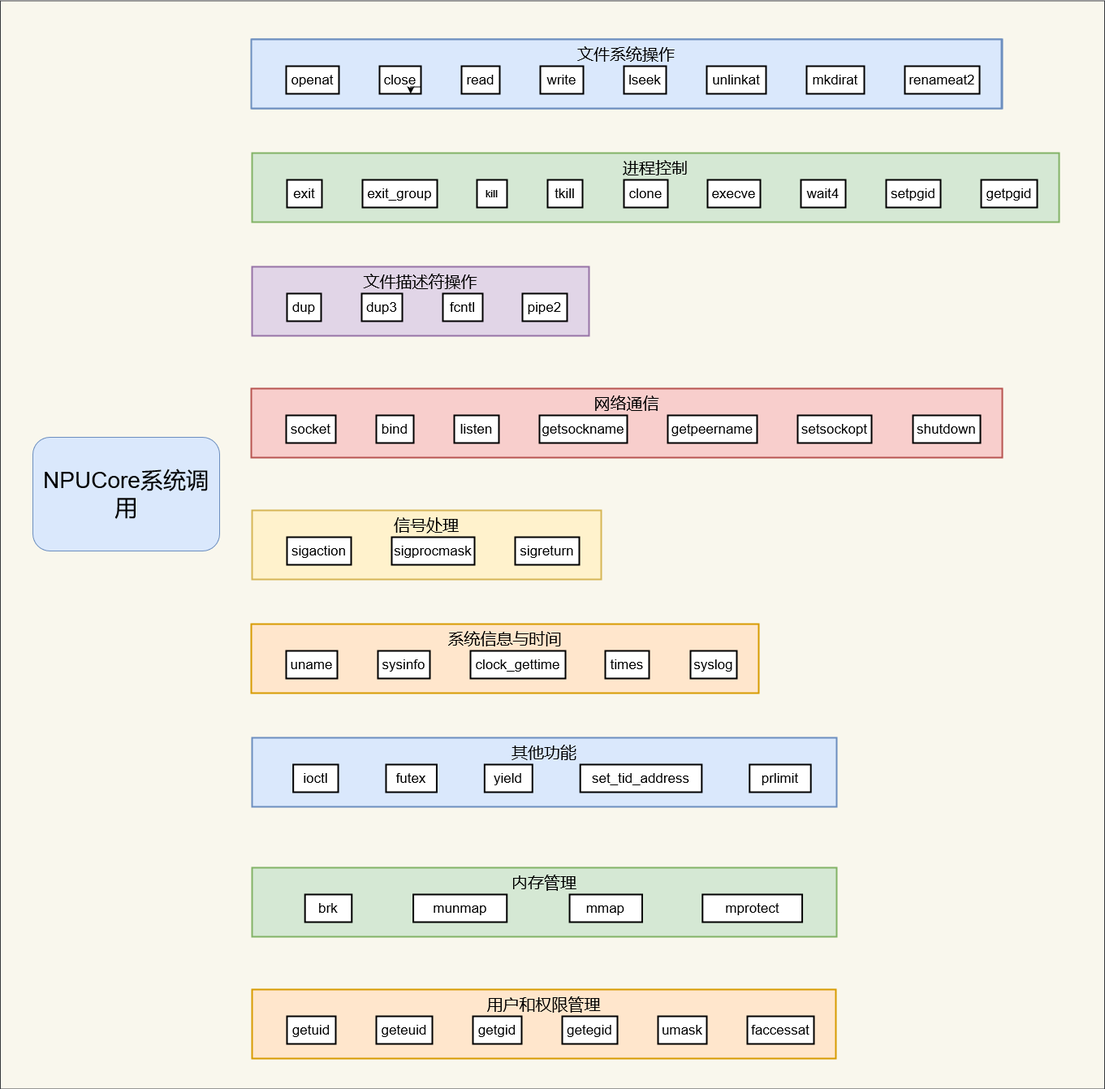
Fediory/NPUcore-IMPACT-doc keeps this draw.io diagram as figures/09-03-NPUCore系统调用.png. Above is the earlier version. Source tidied: cells renumbered, new cells last; positions are measured from the earlier drawing's top-left corner, leaving out a move shared by most shapes.
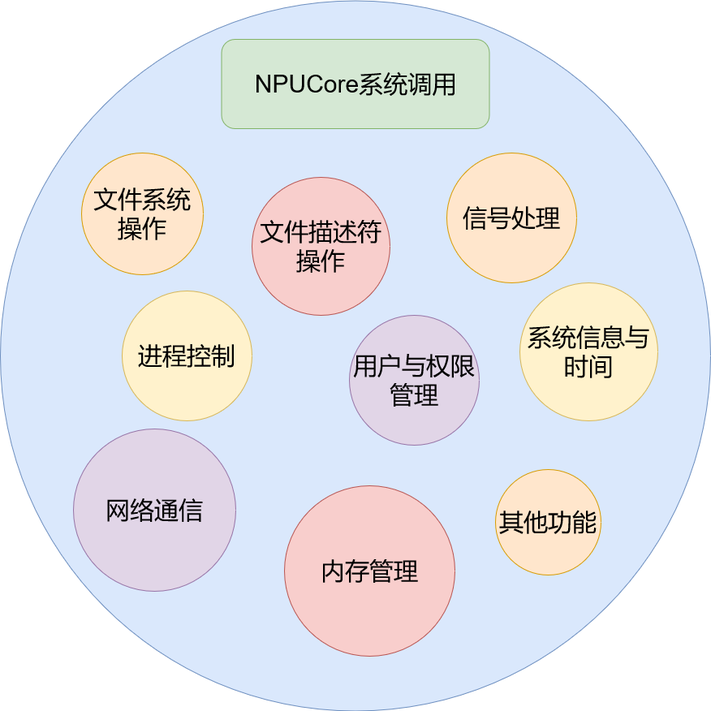
After the commit.

Change to the diagram source:
```diff
@@ -2,221 +2,38 @@
   <root>
     <mxCell id="0" />
     <mxCell id="1" parent="0" />
-    <mxCell id="2" style="rounded=0;whiteSpace=wrap;html=1;fillColor=#f9f7ed;strokeColor=#36393d;" parent="1" vertex="1">
-      <mxGeometry y="0.5" width="1360" height="1340" as="geometry" />
-    </mxCell>
+    <mxCell id="74" style="ellipse;whiteSpace=wrap;html=1;fillColor=#dae8fc;strokeColor=#6c8ebf;" parent="1" vertex="1">
+      <mxGeometry x="140" y="-3509.5" width="875" height="875" as="geometry" />
+    </mxCell>
+    <mxCell id="63" value="&lt;font style=&quot;font-size: 30px;&quot;&gt;NPUCore系统调用&lt;br&gt;&lt;/font&gt;" style="rounded=1;whiteSpace=wrap;html=1;fillColor=#d5e8d4;strokeColor=#82b366;" parent="1" vertex="1">
+      <mxGeometry x="412.5" y="-3462" width="330" height="110" as="geometry" />
+    </mxCell>
+    <mxCell id="75" value="&lt;font style=&quot;font-size: 30px;&quot;&gt;文件系统操作&lt;br&gt;&lt;/font&gt;" style="ellipse;whiteSpace=wrap;html=1;fillColor=#ffe6cc;strokeColor=#d79b00;" parent="1" vertex="1">
+      <mxGeometry x="240" y="-3322" width="150" height="150" as="geometry" />
+    </mxCell>
+    <mxCell id="44" value="&lt;font style=&quot;font-size: 30px;&quot;&gt;进程控制&lt;/font&gt;" style="ellipse;whiteSpace=wrap;html=1;fillColor=#fff2cc;strokeColor=#d6b656;" parent="1" vertex="1">
+      <mxGeometry x="290" y="-3152" width="160" height="160" as="geometry" />
+    </mxCell>
+    <mxCell id="27" value="&lt;font style=&quot;font-size: 30px;&quot;&gt;文件描述符操作&lt;/font&gt;" style="ellipse;whiteSpace=wrap;html=1;fillColor=#f8cecc;strokeColor=#b85450;" parent="1" vertex="1">
+      <mxGeometry x="450" y="-3292" width="170" height="170" as="geometry" />
+    </mxCell>
+    <mxCell id="32" value="&lt;font style=&quot;font-size: 30px;&quot;&gt;网络通信&lt;/font&gt;" style="ellipse;whiteSpace=wrap;html=1;fillColor=#e1d5e7;strokeColor=#9673a6;" parent="1" vertex="1">
+      <mxGeometry x="230" y="-2982" width="200" height="200" as="geometry" />
+    </mxCell>
+    <mxCell id="40" value="&lt;font style=&quot;font-size: 30px;&quot;&gt;信号处理&lt;/font&gt;" style="ellipse;whiteSpace=wrap;html=1;fillColor=#ffe6cc;strokeColor=#d79b00;" parent="1" vertex="1">
+      <mxGeometry x="690" y="-3322" width="160" height="160" as="geometry" />
+    </mxCell>
+    <mxCell id="21" value="&lt;font style=&quot;font-size: 30px;&quot;&gt;系统信息与时间&lt;/font&gt;" style="ellipse;whiteSpace=wrap;html=1;fillColor=#fff2cc;strokeColor=#d6b656;" parent="1" vertex="1">
+      <mxGeometry x="780" y="-3162" width="170" height="170" as="geometry" />
+    </mxCell>
+    <mxCell id="9" value="&lt;font style=&quot;font-size: 30px;&quot;&gt;内存管理&lt;/font&gt;" style="ellipse;whiteSpace=wrap;html=1;fillColor=#f8cecc;strokeColor=#b85450;" parent="1" vertex="1">
+      <mxGeometry x="490" y="-2912" width="210" height="210" as="geometry" />
+    </mxCell>
+    <mxCell id="76" value="&lt;font style=&quot;font-size: 30px;&quot;&gt;用户与权限管理&lt;/font&gt;" style="ellipse;whiteSpace=wrap;html=1;fillColor=#e1d5e7;strokeColor=#9673a6;" parent="1" vertex="1">
+      <mxGeometry x="570" y="-3122" width="160" height="160" as="geometry" />
+    </mxCell>
-    <mxCell id="3" value="其他功能" style="whiteSpace=wrap;strokeWidth=2;verticalAlign=top;fillColor=#dae8fc;strokeColor=#6c8ebf;fontSize=20;" parent="1" vertex="1">
-      <mxGeometry x="310" y="908" width="720" height="85" as="geometry" />
+    <mxCell id="3" value="&lt;font style=&quot;font-size: 30px;&quot;&gt;其他功能&lt;/font&gt;" style="ellipse;whiteSpace=wrap;html=1;fillColor=#ffe6cc;strokeColor=#d79b00;" parent="1" vertex="1">
+      <mxGeometry x="750" y="-2932" width="130" height="130" as="geometry" />
     </mxCell>
-    <mxCell id="4" value="ioctl" style="whiteSpace=wrap;strokeWidth=2;fontSize=17;" parent="3" vertex="1">
-      <mxGeometry x="50.7" y="33" width="55.4" height="34" as="geometry" />
-    </mxCell>
-    <mxCell id="5" value="futex" style="whiteSpace=wrap;strokeWidth=2;fontSize=17;" parent="3" vertex="1">
-      <mxGeometry x="165" y="33" width="62.5" height="34" as="geometry" />
-    </mxCell>
-    <mxCell id="6" value="yield" style="whiteSpace=wrap;strokeWidth=2;fontSize=17;" parent="3" vertex="1">
-      <mxGeometry x="286.4" y="33" width="58.9" height="34" as="geometry" />
-    </mxCell>
-    <mxCell id="7" value="set_tid_address" style="whiteSpace=wrap;strokeWidth=2;fontSize=17;" parent="3" vertex="1">
-      <mxGeometry x="404.2" y="33" width="149.7" height="34" as="geometry" />
-    </mxCell>
-    <mxCell id="8" value="prlimit" style="whiteSpace=wrap;strokeWidth=2;fontSize=17;" parent="3" vertex="1">
-      <mxGeometry x="612.8" y="33" width="75.4" height="34" as="geometry" />
-    </mxCell>
-    <mxCell id="9" value="内存管理" style="whiteSpace=wrap;strokeWidth=2;verticalAlign=top;fillColor=#d5e8d4;strokeColor=#82b366;fontSize=20;" parent="1" vertex="1">
-      <mxGeometry x="310" y="1068" width="720" height="85" as="geometry" />
-    </mxCell>
-    <mxCell id="10" value="brk" style="whiteSpace=wrap;strokeWidth=2;fontSize=17;" parent="9" vertex="1">
-      <mxGeometry x="65.2" y="33" width="57.6" height="34" as="geometry" />
-    </mxCell>
-    <mxCell id="11" value="munmap" style="whiteSpace=wrap;strokeWidth=2;fontSize=17;" parent="9" vertex="1">
-      <mxGeometry x="198.6" y="33" width="115.2" height="34" as="geometry" />
-    </mxCell>
-    <mxCell id="12" value="mmap" style="whiteSpace=wrap;strokeWidth=2;fontSize=17;" parent="9" vertex="1">
-      <mxGeometry x="391.1" y="33" width="89.4" height="34" as="geometry" />
-    </mxCell>
-    <mxCell id="13" value="mprotect" style="whiteSpace=wrap;strokeWidth=2;fontSize=17;" parent="9" vertex="1">
-      <mxGeometry x="554.8" y="33" width="122.8" height="34" as="geometry" />
-    </mxCell>
-    <mxCell id="14" value="用户和权限管理" style="whiteSpace=wrap;strokeWidth=2;verticalAlign=top;fillColor=#ffe6cc;strokeColor=#d79b00;fontSize=20;" parent="1" vertex="1">
-      <mxGeometry x="310" y="1218" width="719" height="85" as="geometry" />
-    </mxCell>
-    <mxCell id="15" value="getuid" style="whiteSpace=wrap;strokeWidth=2;fontSize=17;" parent="14" vertex="1">
-      <mxGeometry x="43" y="33" width="60" height="34" as="geometry" />
-    </mxCell>
-    <mxCell id="16" value="geteuid" style="whiteSpace=wrap;strokeWidth=2;fontSize=17;" parent="14" vertex="1">
-      <mxGeometry x="153" y="33" width="69" height="34" as="geometry" />
-    </mxCell>
-    <mxCell id="17" value="getgid" style="whiteSpace=wrap;strokeWidth=2;fontSize=17;" parent="14" vertex="1">
-      <mxGeometry x="272" y="33" width="60" height="34" as="geometry" />
-    </mxCell>
-    <mxCell id="18" value="getegid" style="whiteSpace=wrap;strokeWidth=2;fontSize=17;" parent="14" vertex="1">
-      <mxGeometry x="382" y="33" width="68" height="34" as="geometry" />
-    </mxCell>
-    <mxCell id="19" value="umask" style="whiteSpace=wrap;strokeWidth=2;fontSize=17;" parent="14" vertex="1">
-      <mxGeometry x="500" y="33" width="60" height="34" as="geometry" />
-    </mxCell>
-    <mxCell id="20" value="faccessat" style="whiteSpace=wrap;strokeWidth=2;fontSize=17;" parent="14" vertex="1">
-      <mxGeometry x="610" y="33" width="82" height="34" as="geometry" />
-    </mxCell>
-    <mxCell id="21" value="系统信息与时间" style="whiteSpace=wrap;strokeWidth=2;verticalAlign=top;fillColor=#ffe6cc;strokeColor=#d79b00;fontSize=20;" parent="1" vertex="1">
-      <mxGeometry x="309" y="768" width="625" height="85" as="geometry" />
-    </mxCell>
-    <mxCell id="22" value="uname" style="whiteSpace=wrap;strokeWidth=2;fontSize=17;" parent="21" vertex="1">
-      <mxGeometry x="43" y="33" width="63" height="34" as="geometry" />
-    </mxCell>
-    <mxCell id="23" value="sysinfo" style="whiteSpace=wrap;strokeWidth=2;fontSize=17;" parent="21" vertex="1">
-      <mxGeometry x="156" y="33" width="64" height="34" as="geometry" />
-    </mxCell>
-    <mxCell id="24" value="clock_gettime" style="whiteSpace=wrap;strokeWidth=2;fontSize=17;" parent="21" vertex="1">
-      <mxGeometry x="270" y="33" width="117" height="34" as="geometry" />
-    </mxCell>
-    <mxCell id="25" value="times" style="whiteSpace=wrap;strokeWidth=2;fontSize=17;" parent="21" vertex="1">
-      <mxGeometry x="436" y="33" width="54" height="34" as="geometry" />
-    </mxCell>
-    <mxCell id="26" value="syslog" style="whiteSpace=wrap;strokeWidth=2;fontSize=17;" parent="21" vertex="1">
-      <mxGeometry x="541" y="33" width="57" height="34" as="geometry" />
-    </mxCell>
-    <mxCell id="27" value="文件描述符操作" style="whiteSpace=wrap;strokeWidth=2;verticalAlign=top;fillColor=#e1d5e7;strokeColor=#9673a6;fontSize=20;" parent="1" vertex="1">
-      <mxGeometry x="310" y="328" width="415" height="85" as="geometry" />
-    </mxCell>
-    <mxCell id="28" value="dup" style="whiteSpace=wrap;strokeWidth=2;fontSize=17;" parent="27" vertex="1">
-      <mxGeometry x="43" y="33" width="42" height="34" as="geometry" />
-    </mxCell>
-    <mxCell id="29" value="dup3" style="whiteSpace=wrap;strokeWidth=2;fontSize=17;" parent="27" vertex="1">
-      <mxGeometry x="135" y="33" width="50" height="34" as="geometry" />
-    </mxCell>
-    <mxCell id="30" value="fcntl" style="whiteSpace=wrap;strokeWidth=2;fontSize=17;" parent="27" vertex="1">
-      <mxGeometry x="235" y="33" width="49" height="34" as="geometry" />
-    </mxCell>
-    <mxCell id="31" value="pipe2" style="whiteSpace=wrap;strokeWidth=2;fontSize=17;" parent="27" vertex="1">
-      <mxGeometry x="333" y="33" width="55" height="34" as="geometry" />
-    </mxCell>
-    <mxCell id="32" value="网络通信" style="whiteSpace=wrap;strokeWidth=2;verticalAlign=top;fillColor=#f8cecc;strokeColor=#b85450;fontSize=20;" parent="1" vertex="1">
-      <mxGeometry x="309" y="478" width="925" height="85" as="geometry" />
-    </mxCell>
-    <mxCell id="33" value="socket" style="whiteSpace=wrap;strokeWidth=2;fontSize=17;" parent="32" vertex="1">
-      <mxGeometry x="43" y="33" width="61" height="34" as="geometry" />
-    </mxCell>
-    <mxCell id="34" value="bind" style="whiteSpace=wrap;strokeWidth=2;fontSize=17;" parent="32" vertex="1">
-      <mxGeometry x="154" y="33" width="46" height="34" as="geometry" />
-    </mxCell>
-    <mxCell id="35" value="listen" style="whiteSpace=wrap;strokeWidth=2;fontSize=17;" parent="32" vertex="1">
-      <mxGeometry x="250" y="33" width="55" height="34" as="geometry" />
-    </mxCell>
-    <mxCell id="36" value="getsockname" style="whiteSpace=wrap;strokeWidth=2;fontSize=17;" parent="32" vertex="1">
-      <mxGeometry x="355" y="33" width="108" height="34" as="geometry" />
-    </mxCell>
-    <mxCell id="37" value="getpeername" style="whiteSpace=wrap;strokeWidth=2;fontSize=17;" parent="32" vertex="1">
-      <mxGeometry x="513" y="33" width="110" height="34" as="geometry" />
-    </mxCell>
-    <mxCell id="38" value="setsockopt" style="whiteSpace=wrap;strokeWidth=2;fontSize=17;" parent="32" vertex="1">
-      <mxGeometry x="673" y="33" width="91" height="34" as="geometry" />
-    </mxCell>
-    <mxCell id="39" value="shutdown" style="whiteSpace=wrap;strokeWidth=2;fontSize=17;" parent="32" vertex="1">
-      <mxGeometry x="815" y="33" width="83" height="34" as="geometry" />
-    </mxCell>
-    <mxCell id="40" value="信号处理" style="whiteSpace=wrap;strokeWidth=2;verticalAlign=top;fillColor=#fff2cc;strokeColor=#d6b656;fontSize=20;" parent="1" vertex="1">
-      <mxGeometry x="310" y="628" width="430" height="85" as="geometry" />
-    </mxCell>
-    <mxCell id="41" value="sigaction" style="whiteSpace=wrap;strokeWidth=2;fontSize=17;" parent="40" vertex="1">
-      <mxGeometry x="43" y="33" width="79" height="34" as="geometry" />
-    </mxCell>
-    <mxCell id="42" value="sigprocmask" style="whiteSpace=wrap;strokeWidth=2;fontSize=17;" parent="40" vertex="1">
-      <mxGeometry x="172" y="33" width="102" height="34" as="geometry" />
-    </mxCell>
-    <mxCell id="43" value="sigreturn" style="whiteSpace=wrap;strokeWidth=2;fontSize=17;" parent="40" vertex="1">
-      <mxGeometry x="324" y="33" width="79" height="34" as="geometry" />
-    </mxCell>
-    <mxCell id="44" value="进程控制" style="whiteSpace=wrap;strokeWidth=2;verticalAlign=top;fillColor=#d5e8d4;strokeColor=#82b366;fontSize=20;" parent="1" vertex="1">
-      <mxGeometry x="310" y="188" width="994" height="85" as="geometry" />
-    </mxCell>
-    <mxCell id="45" value="exit" style="whiteSpace=wrap;strokeWidth=2;fontSize=17;" parent="44" vertex="1">
-      <mxGeometry x="43" y="33" width="43" height="34" as="geometry" />
-    </mxCell>
-    <mxCell id="46" value="exit_group" style="whiteSpace=wrap;strokeWidth=2;fontSize=17;" parent="44" vertex="1">
-      <mxGeometry x="136" y="33" width="92" height="34" as="geometry" />
-    </mxCell>
-    <mxCell id="47" value="kill" style="whiteSpace=wrap;strokeWidth=2;" parent="44" vertex="1">
-      <mxGeometry x="277" y="33" width="37" height="34" as="geometry" />
-    </mxCell>
-    <mxCell id="48" value="tkill" style="whiteSpace=wrap;strokeWidth=2;fontSize=17;" parent="44" vertex="1">
-      <mxGeometry x="364" y="33" width="43" height="34" as="geometry" />
-    </mxCell>
-    <mxCell id="49" value="clone" style="whiteSpace=wrap;strokeWidth=2;fontSize=17;" parent="44" vertex="1">
-      <mxGeometry x="458" y="33" width="54" height="34" as="geometry" />
-    </mxCell>
-    <mxCell id="50" value="execve" style="whiteSpace=wrap;strokeWidth=2;fontSize=17;" parent="44" vertex="1">
-      <mxGeometry x="561" y="33" width="65" height="34" as="geometry" />
-    </mxCell>
-    <mxCell id="51" value="wait4" style="whiteSpace=wrap;strokeWidth=2;fontSize=17;" parent="44" vertex="1">
-      <mxGeometry x="676" y="33" width="55" height="34" as="geometry" />
-    </mxCell>
-    <mxCell id="52" value="setpgid" style="whiteSpace=wrap;strokeWidth=2;fontSize=17;" parent="44" vertex="1">
-      <mxGeometry x="781" y="33" width="67" height="34" as="geometry" />
-    </mxCell>
-    <mxCell id="53" value="getpgid" style="whiteSpace=wrap;strokeWidth=2;fontSize=17;" parent="44" vertex="1">
-      <mxGeometry x="898" y="33" width="69" height="34" as="geometry" />
-    </mxCell>
-    <mxCell id="54" value="文件系统操作" style="whiteSpace=wrap;strokeWidth=2;verticalAlign=top;fillColor=#dae8fc;strokeColor=#6c8ebf;fontSize=15;" parent="1" vertex="1">
-      <mxGeometry x="310" y="48" width="924" height="85" as="geometry" />
-    </mxCell>
-    <mxCell id="55" value="openat" style="whiteSpace=wrap;strokeWidth=2;fontSize=17;" parent="54" vertex="1">
-      <mxGeometry x="43" y="33" width="65" height="34" as="geometry" />
-    </mxCell>
-    <mxCell id="56" value="close" style="whiteSpace=wrap;strokeWidth=2;fontSize=15;" parent="54" vertex="1">
-      <mxGeometry x="158" y="33" width="51" height="34" as="geometry" />
-    </mxCell>
-    <mxCell id="57" value="read" style="whiteSpace=wrap;strokeWidth=2;" parent="54" vertex="1">
-      <mxGeometry x="259" y="33" width="47" height="34" as="geometry" />
-    </mxCell>
-    <mxCell id="58" value="write" style="whiteSpace=wrap;strokeWidth=2;" parent="54" vertex="1">
-      <mxGeometry x="356" y="33" width="53" height="34" as="geometry" />
-    </mxCell>
-    <mxCell id="59" value="lseek" style="whiteSpace=wrap;strokeWidth=2;" parent="54" vertex="1">
-      <mxGeometry x="459" y="33" width="52" height="34" as="geometry" />
-    </mxCell>
-    <mxCell id="60" value="unlinkat" style="whiteSpace=wrap;strokeWidth=2;" parent="54" vertex="1">
-      <mxGeometry x="561" y="33" width="73" height="34" as="geometry" />
-    </mxCell>
-    <mxCell id="61" value="mkdirat" style="whiteSpace=wrap;strokeWidth=2;" parent="54" vertex="1">
-      <mxGeometry x="684" y="33" width="71" height="34" as="geometry" />
-    </mxCell>
-    <mxCell id="62" value="renameat2" style="whiteSpace=wrap;strokeWidth=2;" parent="54" vertex="1">
-      <mxGeometry x="805" y="33" width="92" height="34" as="geometry" />
-    </mxCell>
-    <mxCell id="63" value="&lt;font style=&quot;font-size: 28px;&quot;&gt;NPUCore系统调用&lt;/font&gt;" style="rounded=1;whiteSpace=wrap;html=1;fillColor=#dae8fc;strokeColor=#6c8ebf;fontSize=16;" parent="1" vertex="1">
-      <mxGeometry x="40" y="538" width="230" height="140" as="geometry" />
-    </mxCell>
-    <mxCell id="64" value="文件系统操作" style="whiteSpace=wrap;strokeWidth=2;verticalAlign=top;fillColor=#dae8fc;strokeColor=#6c8ebf;fontSize=20;" parent="1" vertex="1">
-      <mxGeometry x="309" y="48" width="924" height="85" as="geometry" />
-    </mxCell>
-    <mxCell id="65" value="openat" style="whiteSpace=wrap;strokeWidth=2;fontSize=17;" parent="64" vertex="1">
-      <mxGeometry x="43" y="33" width="65" height="34" as="geometry" />
-    </mxCell>
-    <mxCell id="66" value="close" style="whiteSpace=wrap;strokeWidth=2;fontSize=17;" parent="64" vertex="1">
-      <mxGeometry x="158" y="33" width="51" height="34" as="geometry" />
-    </mxCell>
-    <mxCell id="67" value="read" style="whiteSpace=wrap;strokeWidth=2;fontSize=17;" parent="64" vertex="1">
-      <mxGeometry x="259" y="33" width="47" height="34" as="geometry" />
-    </mxCell>
-    <mxCell id="68" value="write" style="whiteSpace=wrap;strokeWidth=2;fontSize=17;" parent="64" vertex="1">
-      <mxGeometry x="356" y="33" width="53" height="34" as="geometry" />
-    </mxCell>
-    <mxCell id="69" value="lseek" style="whiteSpace=wrap;strokeWidth=2;fontSize=17;" parent="64" vertex="1">
-      <mxGeometry x="459" y="33" width="52" height="34" as="geometry" />
-    </mxCell>
-    <mxCell id="70" value="unlinkat" style="whiteSpace=wrap;strokeWidth=2;fontSize=17;" parent="64" vertex="1">
-      <mxGeometry x="561" y="33" width="73" height="34" as="geometry" />
-    </mxCell>
-    <mxCell id="71" value="mkdirat" style="whiteSpace=wrap;strokeWidth=2;fontSize=17;" parent="64" vertex="1">
-      <mxGeometry x="684" y="33" width="71" height="34" as="geometry" />
-    </mxCell>
-    <mxCell id="72" value="renameat2" style="whiteSpace=wrap;strokeWidth=2;fontSize=17;" parent="64" vertex="1">
-      <mxGeometry x="805" y="33" width="92" height="34" as="geometry" />
-    </mxCell>
-    <mxCell id="73" style="edgeStyle=orthogonalEdgeStyle;rounded=0;orthogonalLoop=1;jettySize=auto;html=1;exitX=1;exitY=0.75;exitDx=0;exitDy=0;entryX=0.75;entryY=1;entryDx=0;entryDy=0;" parent="64" edge="1" source="66" target="66">
-      <mxGeometry relative="1" as="geometry" />
-    </mxCell>
   </root>
 </mxGraphModel>
```
